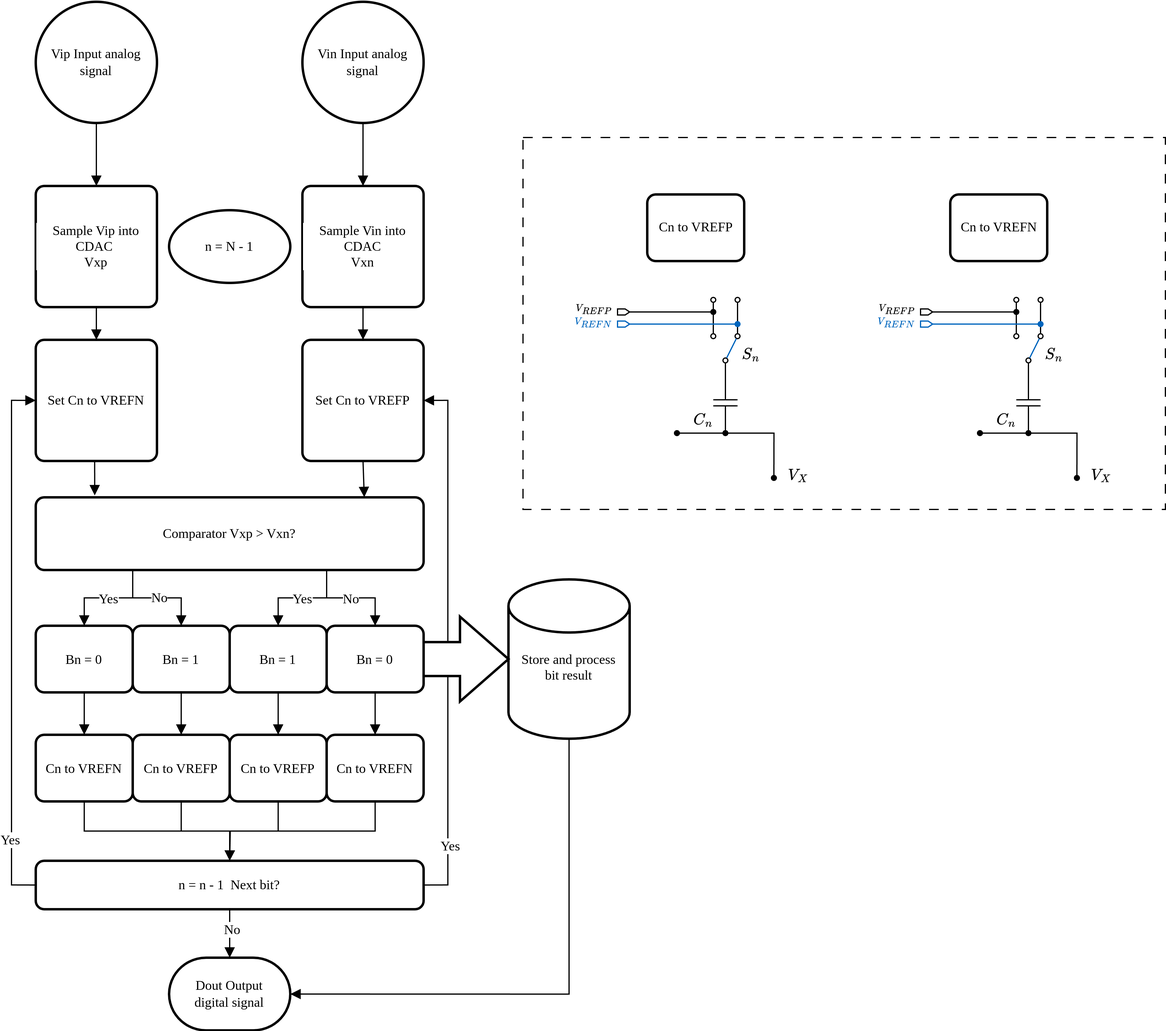
MartimAgostinho/CS-Lab1 keeps this draw.io diagram as Report/Images/operation_ADC.png. Above is the earlier version. Source tidied: cells renumbered, new cells last; positions are measured from the earlier drawing's top-left corner, leaving out a move shared by most shapes.
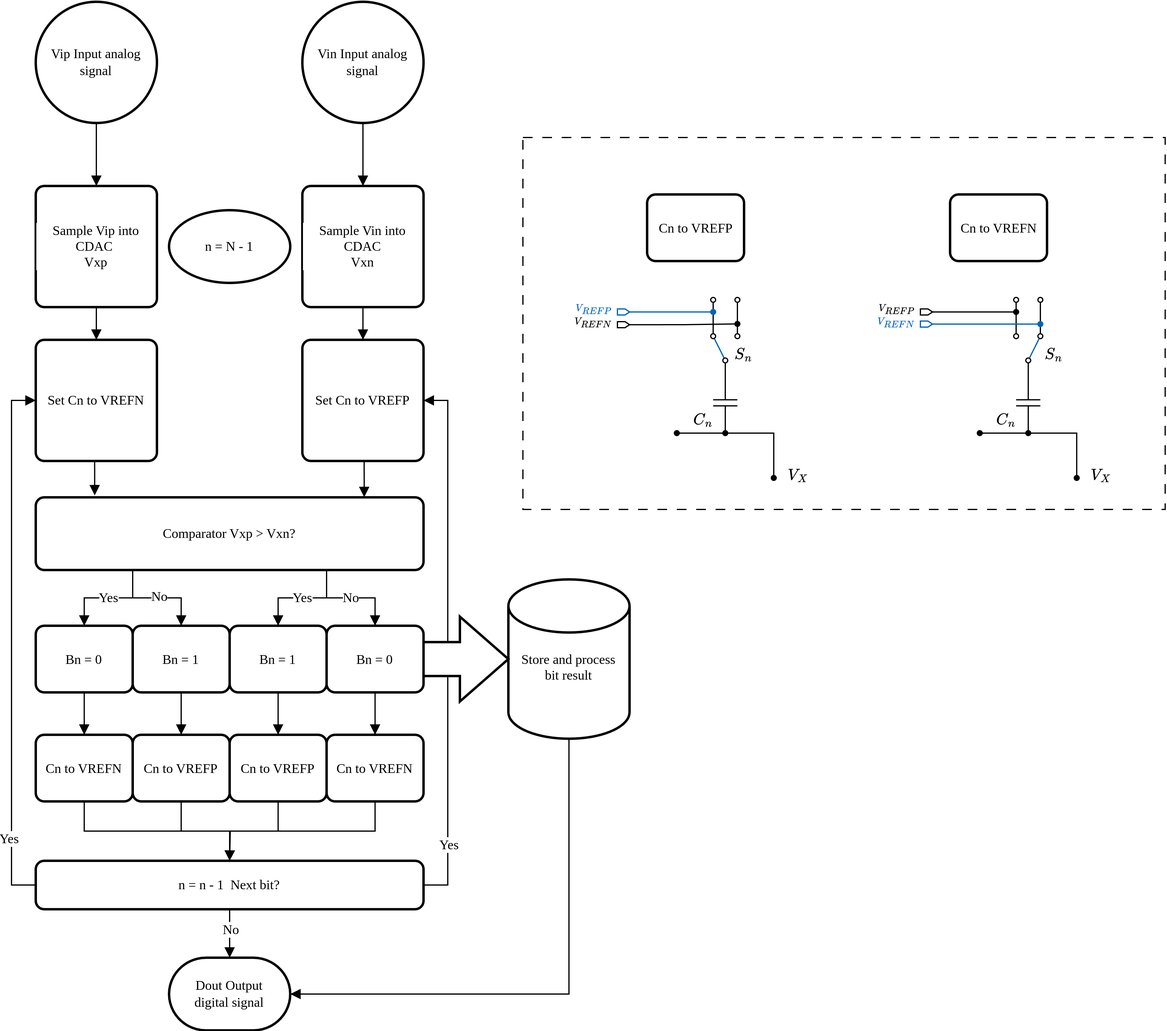
Above is the later version.

Change to the diagram source:
```diff
@@ -2,7 +2,7 @@
   <root>
     <mxCell id="0" />
     <mxCell id="1" parent="0" />
-    <mxCell id="2" style="rounded=0;whiteSpace=wrap;html=1;fontFamily=Helvetica;fontSize=11;fontColor=default;labelBackgroundColor=default;fillColor=none;dashed=1;dashPattern=8 8;" parent="1" vertex="1">
+    <mxCell id="2" style="rounded=0;whiteSpace=wrap;html=1;fontFamily=Helvetica;fontSize=11;fontColor=default;labelBackgroundColor=none;fillColor=none;dashed=1;dashPattern=8 8;" parent="1" vertex="1">
       <mxGeometry x="402" y="112" width="530" height="307" as="geometry" />
     </mxCell>
     <mxCell id="3" style="edgeStyle=orthogonalEdgeStyle;shape=connector;rounded=0;jettySize=auto;html=1;exitX=0.5;exitY=1;exitDx=0;exitDy=0;entryX=0.5;entryY=0;entryDx=0;entryDy=0;strokeColor=default;align=center;verticalAlign=middle;fontFamily=Times New Roman;fontSize=11;fontColor=default;labelBackgroundColor=default;startFill=0;endArrow=block;endFill=1;" parent="1" edge="1" source="4" target="28">
@@ -245,17 +245,20 @@
     <mxCell id="70" value="$$V_{X}$$" style="text;html=1;align=center;verticalAlign=middle;whiteSpace=wrap;rounded=0;fontFamily=Helvetica;fontSize=11;fontColor=default;labelBackgroundColor=none;" parent="54" vertex="1">
       <mxGeometry x="169" y="137" width="60" height="30" as="geometry" />
     </mxCell>
-    <mxCell id="71" style="group;" parent="1" vertex="1">
+    <mxCell id="71" style="group;fontColor=#000000;" parent="1" vertex="1">
       <mxGeometry x="430" y="239" width="229" height="167" as="geometry" />
     </mxCell>
+    <mxCell id="83" style="endArrow=none;html=1;rounded=0;strokeColor=#0065BD;align=center;verticalAlign=middle;fontFamily=Helvetica;fontSize=11;fontColor=default;labelBackgroundColor=default;" parent="71" edge="1">
+      <mxGeometry relative="1" as="geometry">
+        <mxPoint x="138" y="55" as="sourcePoint" />
+        <mxPoint x="130" y="39" as="targetPoint" />
+      </mxGeometry>
+    </mxCell>
-    <mxCell id="72" value="$$V_{REFP}$$" style="text;html=1;align=center;verticalAlign=middle;whiteSpace=wrap;rounded=0;fontFamily=Helvetica;fontSize=7;fontColor=default;labelBackgroundColor=none;" parent="71" vertex="1">
+    <mxCell id="72" value="$$V_{REFP}$$" style="text;html=1;align=center;verticalAlign=middle;whiteSpace=wrap;rounded=0;fontFamily=Helvetica;fontSize=7;fontColor=#0065BD;labelBackgroundColor=none;" parent="71" vertex="1">
       <mxGeometry x="1" width="60" height="30" as="geometry" />
     </mxCell>
-    <mxCell id="73" value="$$V_{REFN}$$" style="text;html=1;align=center;verticalAlign=middle;whiteSpace=wrap;rounded=0;fontFamily=Helvetica;fontSize=7;fontColor=#0065BD;labelBackgroundColor=none;" parent="71" vertex="1">
-      <mxGeometry y="13" width="60" height="25" as="geometry" />
-    </mxCell>
     <mxCell id="74" value="$$S_{n}$$" style="text;html=1;align=center;verticalAlign=middle;whiteSpace=wrap;rounded=0;fontFamily=Helvetica;fontSize=11;fontColor=default;labelBackgroundColor=none;" parent="71" vertex="1">
-      <mxGeometry x="130" y="37" width="60" height="30" as="geometry" />
+      <mxGeometry x="124" y="37" width="60" height="30" as="geometry" />
     </mxCell>
     <mxCell id="75" style="edgeStyle=orthogonalEdgeStyle;shape=connector;rounded=0;jettySize=auto;html=1;exitX=1;exitY=0.5;exitDx=0;exitDy=0;exitPerimeter=0;strokeColor=default;align=center;verticalAlign=middle;fontFamily=Helvetica;fontSize=11;fontColor=default;labelBackgroundColor=default;startFill=0;endArrow=oval;entryX=0.4;entryY=0;entryDx=0;entryDy=0;entryPerimeter=0;endFill=1;endSize=4;" parent="71" edge="1" source="77">
       <mxGeometry relative="1" as="geometry">
@@ -294,7 +297,7 @@
         <mxPoint x="129" y="7" as="targetPoint" />
       </mxGeometry>
     </mxCell>
-    <mxCell id="81" style="endArrow=oval;html=1;rounded=0;strokeColor=default;align=center;verticalAlign=middle;fontFamily=Helvetica;fontSize=11;fontColor=default;labelBackgroundColor=default;edgeStyle=orthogonalEdgeStyle;startSize=4;endSize=4;startArrow=none;startFill=0;endFill=1;" parent="71" edge="1">
+    <mxCell id="81" style="endArrow=oval;html=1;rounded=0;strokeColor=#0065BD;align=center;verticalAlign=middle;fontFamily=Helvetica;fontSize=11;fontColor=default;labelBackgroundColor=default;edgeStyle=orthogonalEdgeStyle;startSize=4;endSize=4;startArrow=none;startFill=0;endFill=1;" parent="71" edge="1">
       <mxGeometry relative="1" as="geometry">
         <mxPoint x="59" y="17" as="sourcePoint" />
         <mxPoint x="129" y="17" as="targetPoint" />
@@ -303,32 +306,25 @@
         </Array>
       </mxGeometry>
     </mxCell>
-    <mxCell id="82" style="endArrow=oval;html=1;rounded=0;strokeColor=#0065BD;align=center;verticalAlign=middle;fontFamily=Helvetica;fontSize=11;fontColor=default;labelBackgroundColor=default;edgeStyle=orthogonalEdgeStyle;startSize=4;endSize=4;startArrow=none;startFill=0;endFill=1;" parent="71" edge="1">
-      <mxGeometry relative="1" as="geometry">
-        <mxPoint x="59" y="27" as="sourcePoint" />
-        <mxPoint x="149" y="27" as="targetPoint" />
-        <Array as="points">
-          <mxPoint x="119" y="27" />
-        </Array>
-      </mxGeometry>
-    </mxCell>
-    <mxCell id="83" style="endArrow=none;html=1;rounded=0;strokeColor=#0065BD;align=center;verticalAlign=middle;fontFamily=Helvetica;fontSize=11;fontColor=default;labelBackgroundColor=default;" parent="71" edge="1">
-      <mxGeometry relative="1" as="geometry">
-        <mxPoint x="140" y="55" as="sourcePoint" />
-        <mxPoint x="148" y="39" as="targetPoint" />
-      </mxGeometry>
-    </mxCell>
-    <mxCell id="84" style="shape=offPageConnector;whiteSpace=wrap;html=1;fontFamily=Helvetica;fontSize=11;fontColor=default;labelBackgroundColor=default;direction=north;" parent="71" vertex="1">
+    <mxCell id="84" style="shape=offPageConnector;whiteSpace=wrap;html=1;fontFamily=Helvetica;fontSize=11;fontColor=#0065BD;labelBackgroundColor=default;direction=north;strokeColor=#0065BD;" parent="71" vertex="1">
       <mxGeometry x="50" y="14.5" width="10" height="5" as="geometry" />
     </mxCell>
-    <mxCell id="85" style="shape=offPageConnector;whiteSpace=wrap;html=1;fontFamily=Helvetica;fontSize=11;fontColor=default;labelBackgroundColor=default;direction=north;strokeColor=#0065BD;" parent="71" vertex="1">
-      <mxGeometry x="50" y="24.5" width="10" height="5" as="geometry" />
-    </mxCell>
     <mxCell id="86" value="$$C_{n}$$" style="text;html=1;align=center;verticalAlign=middle;whiteSpace=wrap;rounded=0;fontFamily=Helvetica;fontSize=11;fontColor=default;labelBackgroundColor=none;" parent="71" vertex="1">
       <mxGeometry x="91" y="91" width="60" height="30" as="geometry" />
     </mxCell>
     <mxCell id="87" value="$$V_{X}$$" style="text;html=1;align=center;verticalAlign=middle;whiteSpace=wrap;rounded=0;fontFamily=Helvetica;fontSize=11;fontColor=default;labelBackgroundColor=none;" parent="71" vertex="1">
       <mxGeometry x="169" y="137" width="60" height="30" as="geometry" />
     </mxCell>
+    <mxCell id="88" style="endArrow=oval;html=1;rounded=0;strokeColor=default;align=center;verticalAlign=middle;fontFamily=Helvetica;fontSize=11;fontColor=default;labelBackgroundColor=default;edgeStyle=orthogonalEdgeStyle;startSize=4;endSize=4;startArrow=none;startFill=0;endFill=1;exitX=0.979;exitY=0.918;exitDx=0;exitDy=0;exitPerimeter=0;" parent="71" edge="1" source="72">
+      <mxGeometry relative="1" as="geometry">
+        <mxPoint x="149" y="26.9" as="targetPoint" />
+      </mxGeometry>
+    </mxCell>
+    <mxCell id="89" style="shape=offPageConnector;whiteSpace=wrap;html=1;fontFamily=Helvetica;fontSize=11;fontColor=default;labelBackgroundColor=default;direction=north;" parent="71" vertex="1">
+      <mxGeometry x="50" y="25" width="10" height="5" as="geometry" />
+    </mxCell>
+    <mxCell id="73" value="$$V_{REFN}$$" style="text;html=1;align=center;verticalAlign=middle;whiteSpace=wrap;rounded=0;fontFamily=Helvetica;fontSize=7;fontColor=default;labelBackgroundColor=none;" parent="71" vertex="1">
+      <mxGeometry y="10.5" width="60" height="30" as="geometry" />
+    </mxCell>
   </root>
 </mxGraphModel>
```
